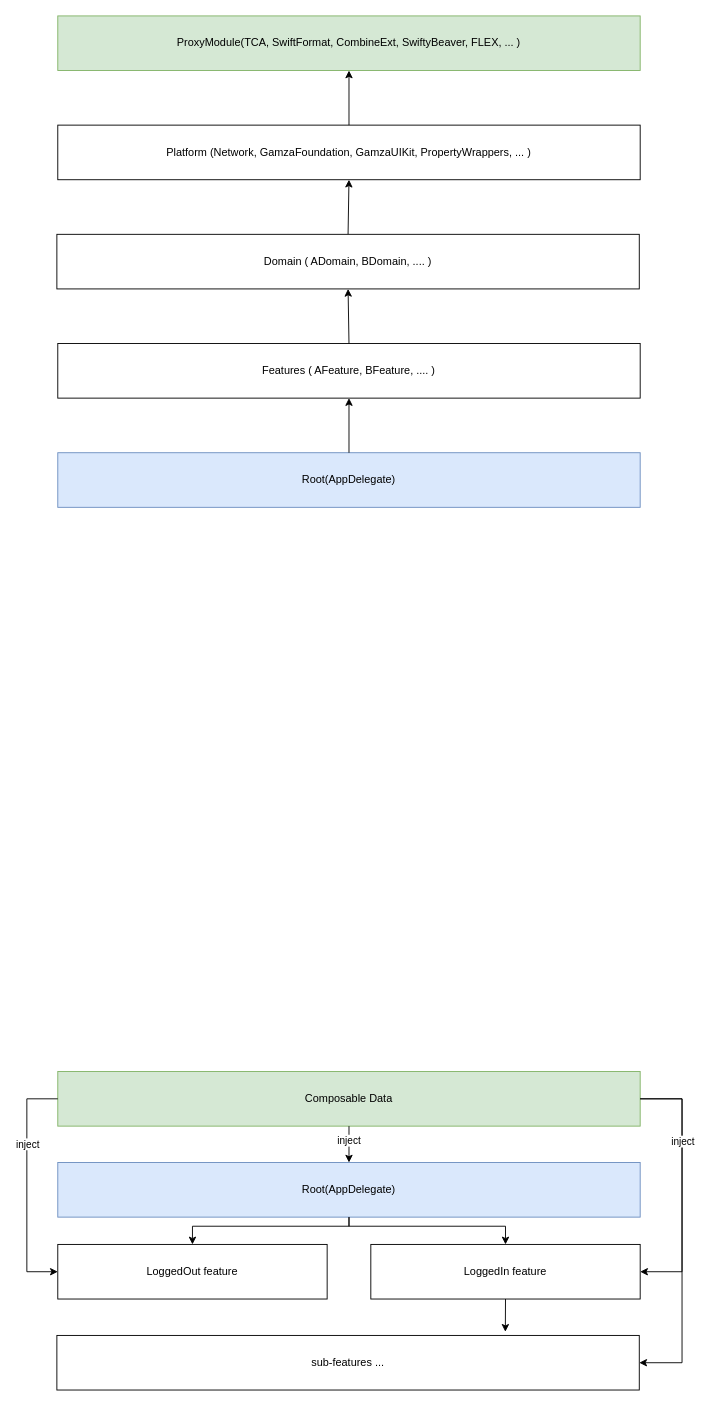
Above: diagram.drawio in good-potatos/Gamzabada-iOS (draw.io), before the change. Source tidied: cells renumbered, new cells numbered last; positions are measured from the earlier drawing's top-left corner, leaving out a move shared by most shapes. Both pictures are drawn from the tidied source at 91%, with x=0, y=0 at pixel (26, 15).
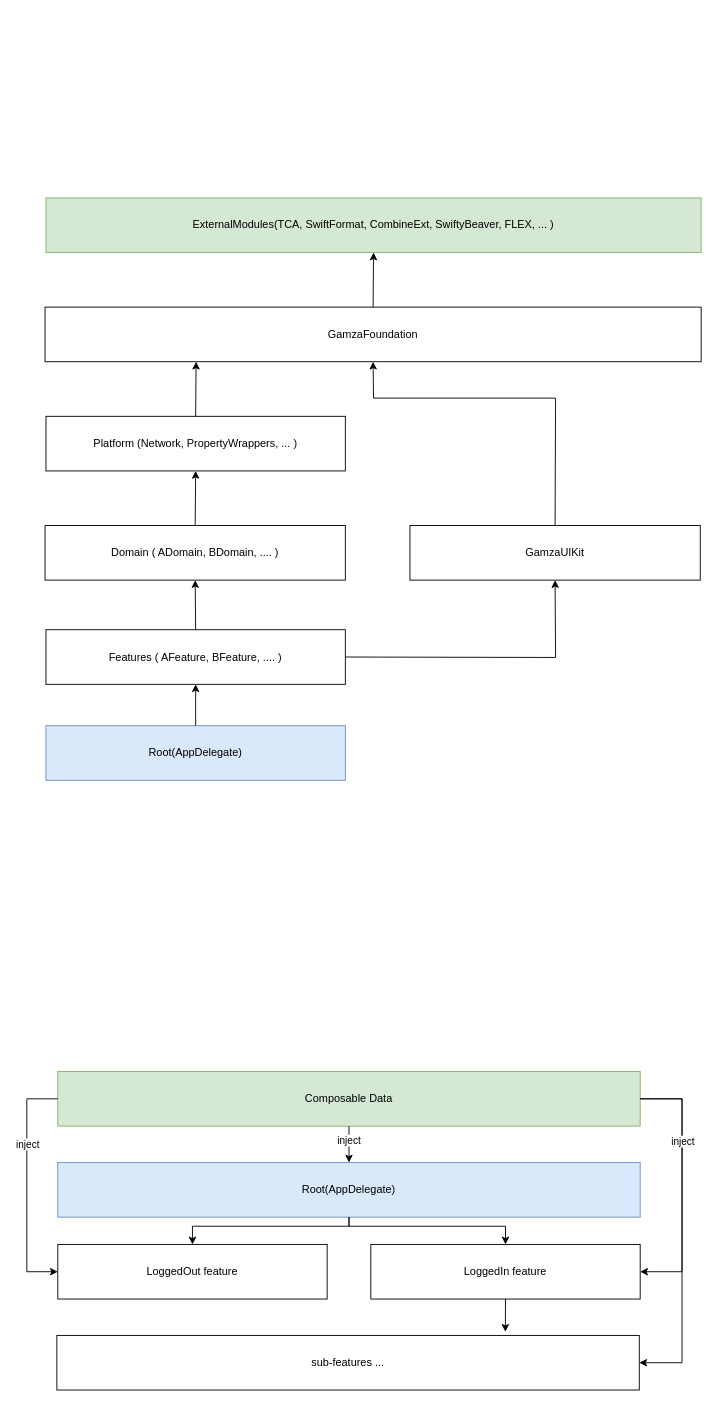
The same page after the edit.

The edit, as a diff of the source:
```diff
@@
-    <mxCell id="2" value="ProxyModule(TCA, SwiftFormat, CombineExt, SwiftyBeaver, FLEX, ... )" style="rounded=0;whiteSpace=wrap;html=1;fillColor=#d5e8d4;strokeColor=#82b366;" parent="1" vertex="1">
-      <mxGeometry x="34" width="640" height="60" as="geometry" />
-    </mxCell>
@@
-    <mxCell id="4" value="Platform (Network, GamzaFoundation, GamzaUIKit, PropertyWrappers, ... )" style="rounded=0;whiteSpace=wrap;html=1;" parent="1" vertex="1">
-      <mxGeometry x="34" y="120" width="640" height="60" as="geometry" />
+    <mxCell id="4" value="Platform (Network, PropertyWrappers, ... )" style="rounded=0;whiteSpace=wrap;html=1;" parent="1" vertex="1">
+      <mxGeometry x="21" y="440" width="329" height="60" as="geometry" />
     </mxCell>
-    <mxCell id="5" style="endArrow=classic;html=1;rounded=0;exitX=0.5;exitY=0;exitDx=0;exitDy=0;entryX=0.5;entryY=1;entryDx=0;entryDy=0;" parent="1" edge="1" source="4" target="2">
-      <mxGeometry relative="1" as="geometry" />
+    <mxCell id="5" style="endArrow=classic;html=1;rounded=0;exitX=0.5;exitY=0;exitDx=0;exitDy=0;entryX=0.5;entryY=1;entryDx=0;entryDy=0;" parent="1" edge="1" source="4">
+      <mxGeometry relative="1" as="geometry">
+        <mxPoint x="186" y="380" as="targetPoint" />
+      </mxGeometry>
     </mxCell>
     <mxCell id="6" value="Domain ( ADomain, BDomain, .... )" style="rounded=0;whiteSpace=wrap;html=1;" parent="1" vertex="1">
-      <mxGeometry x="33" y="240" width="640" height="60" as="geometry" />
+      <mxGeometry x="20" y="560" width="330" height="60" as="geometry" />
     </mxCell>
     <mxCell id="7" value="Features ( AFeature, BFeature, .... )" style="rounded=0;whiteSpace=wrap;html=1;" parent="1" vertex="1">
-      <mxGeometry x="34" y="360" width="640" height="60" as="geometry" />
+      <mxGeometry x="21" y="674.5" width="329" height="60" as="geometry" />
     </mxCell>
     <mxCell id="8" value="Root(AppDelegate)" style="rounded=0;whiteSpace=wrap;html=1;fillColor=#dae8fc;strokeColor=#6c8ebf;" parent="1" vertex="1">
-      <mxGeometry x="34" y="480" width="640" height="60" as="geometry" />
+      <mxGeometry x="21" y="780" width="329" height="60" as="geometry" />
     </mxCell>
@@
+    <mxCell id="26" value="GamzaUIKit" style="rounded=0;whiteSpace=wrap;html=1;" parent="1" vertex="1">
+      <mxGeometry x="421" y="560" width="319" height="60" as="geometry" />
+    </mxCell>
+    <mxCell id="27" style="endArrow=classic;html=1;rounded=0;exitX=1;exitY=0.5;exitDx=0;exitDy=0;entryX=0.5;entryY=1;entryDx=0;entryDy=0;" parent="1" edge="1" source="7" target="26">
+      <mxGeometry relative="1" as="geometry">
+        <Array as="points">
+          <mxPoint x="581" y="705" />
+        </Array>
+      </mxGeometry>
+    </mxCell>
+    <mxCell id="28" value="ExternalModules(TCA, SwiftFormat, CombineExt, SwiftyBeaver, FLEX, ... )" style="rounded=0;whiteSpace=wrap;html=1;fillColor=#d5e8d4;strokeColor=#82b366;" parent="1" vertex="1">
+      <mxGeometry x="21" y="200" width="720" height="60" as="geometry" />
+    </mxCell>
+    <mxCell id="29" value="GamzaFoundation" style="rounded=0;whiteSpace=wrap;html=1;" parent="1" vertex="1">
+      <mxGeometry x="20" y="320" width="721" height="60" as="geometry" />
+    </mxCell>
+    <mxCell id="30" style="endArrow=classic;html=1;rounded=0;strokeColor=#000000;exitX=0.5;exitY=0;exitDx=0;exitDy=0;entryX=0.5;entryY=1;entryDx=0;entryDy=0;" parent="1" edge="1" source="29" target="28">
+      <mxGeometry relative="1" as="geometry" />
+    </mxCell>
+    <mxCell id="31" style="endArrow=classic;html=1;rounded=0;exitX=0.5;exitY=0;exitDx=0;exitDy=0;entryX=0.5;entryY=1;entryDx=0;entryDy=0;" parent="1" edge="1" source="26" target="29">
+      <mxGeometry relative="1" as="geometry">
+        <Array as="points">
+          <mxPoint x="581" y="420" />
+          <mxPoint x="381" y="420" />
+        </Array>
+      </mxGeometry>
+    </mxCell>
```
